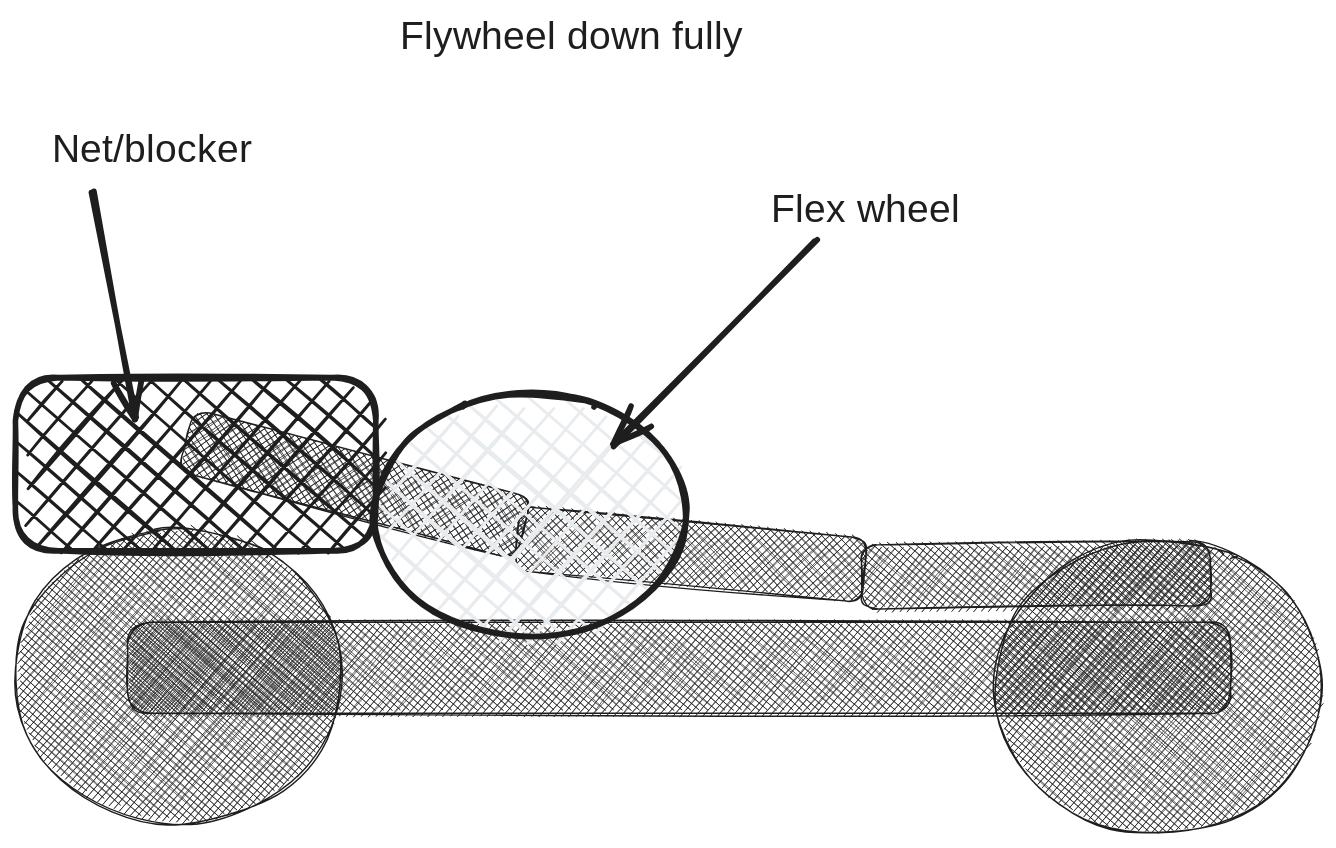
The Excalidraw diagram entries/flywheel-1/build/Flywheel down fully.excalidraw.svg in Area-53-Robotics/53D-Notebook-Over-Under-2023-2024, before a commit. Source tidied: one line per element, renumbered; positions are measured from the earlier drawing's top-left corner, leaving out a move shared by most shapes.
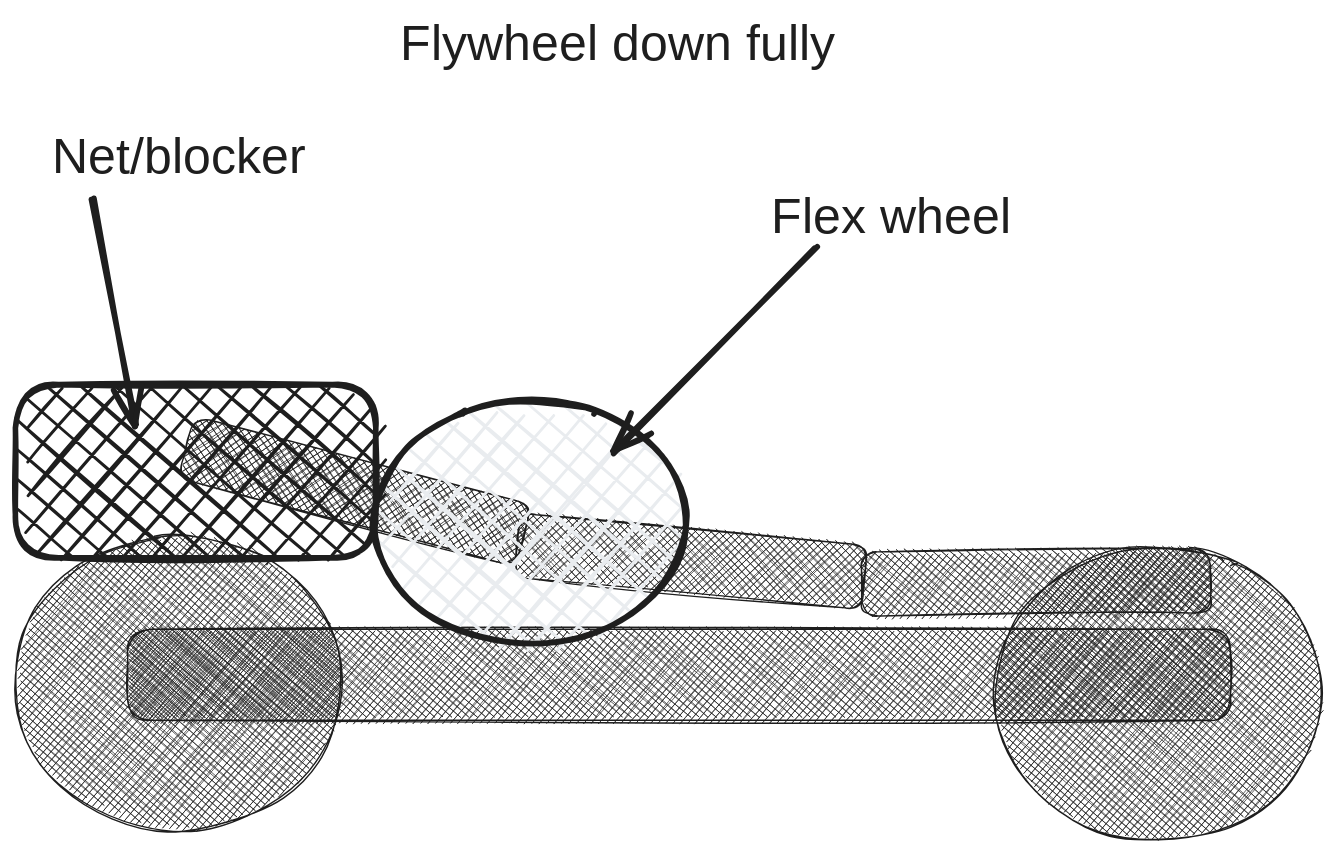
The same diagram one commit later.

Diff of the diagram source:
```diff
@@ -6,8 +6,8 @@
 {"id": 5, "type": "rectangle", "strokeColor": "#1e1e1e", "angle": 0.26, "backgroundColor": "#1e1e1e", "fillStyle": "cross-hatch", "strokeWidth": 1, "roughness": 1, "round": true, "x": 119, "y": 313, "width": 249, "height": 46}
 {"id": 6, "type": "ellipse", "strokeColor": "#1e1e1e", "backgroundColor": "#e9ecef", "fillStyle": "cross-hatch", "strokeWidth": 4, "roughness": 1, "round": true, "x": 257, "y": 271, "width": 222, "height": 174}
 {"id": 7, "type": "rectangle", "strokeColor": "#1e1e1e", "backgroundColor": "#1e1e1e", "fillStyle": "cross-hatch", "strokeWidth": 4, "roughness": 1, "round": true, "x": 1, "y": 260, "width": 258, "height": 124}
-{"id": 8, "type": "text", "text": "Flywheel down fully", "strokeColor": "#1e1e1e", "backgroundColor": "#1e1e1e", "fillStyle": "cross-hatch", "strokeWidth": 4, "roughness": 1, "fontSize": 28, "fontFamily": 1, "x": 276, "y": 0, "width": 252, "height": 35}
+{"id": 8, "type": "text", "text": "Flywheel down fully", "strokeColor": "#1e1e1e", "backgroundColor": "#1e1e1e", "fillStyle": "cross-hatch", "strokeWidth": 4, "roughness": 1, "fontSize": 36, "fontFamily": 1, "x": 276, "y": -5, "width": 325, "height": 45}
 {"id": 9, "type": "arrow", "strokeColor": "#1e1e1e", "backgroundColor": "#1e1e1e", "fillStyle": "cross-hatch", "strokeWidth": 4, "roughness": 1, "endArrowhead": "arrow", "round": true, "from": 10, "x": 572, "y": 162, "width": 145, "height": 146, "points": [[0, 0], [-145, 146]]}
-{"id": 10, "type": "text", "text": "Flex wheel", "strokeColor": "#1e1e1e", "backgroundColor": "#1e1e1e", "fillStyle": "cross-hatch", "strokeWidth": 4, "roughness": 1, "fontSize": 28, "fontFamily": 1, "x": 541, "y": 124, "width": 137, "height": 35}
+{"id": 10, "type": "text", "text": "Flex wheel", "strokeColor": "#1e1e1e", "backgroundColor": "#1e1e1e", "fillStyle": "cross-hatch", "strokeWidth": 4, "roughness": 1, "fontSize": 36, "fontFamily": 1, "x": 541, "y": 118, "width": 177, "height": 45}
 {"id": 11, "type": "arrow", "strokeColor": "#1e1e1e", "backgroundColor": "#1e1e1e", "fillStyle": "cross-hatch", "strokeWidth": 4, "roughness": 1, "endArrowhead": "arrow", "round": true, "x": 56, "y": 127, "width": 31, "height": 161, "points": [[0, 0], [31, 161]]}
-{"id": 12, "type": "text", "text": "Net/blocker", "strokeColor": "#1e1e1e", "backgroundColor": "#1e1e1e", "fillStyle": "cross-hatch", "strokeWidth": 4, "roughness": 1, "fontSize": 28, "fontFamily": 1, "x": 27, "y": 81, "width": 155, "height": 35}
+{"id": 12, "type": "text", "text": "Net/blocker", "strokeColor": "#1e1e1e", "backgroundColor": "#1e1e1e", "fillStyle": "cross-hatch", "strokeWidth": 4, "roughness": 1, "fontSize": 36, "fontFamily": 1, "x": 27, "y": 76, "width": 200, "height": 45}
```
